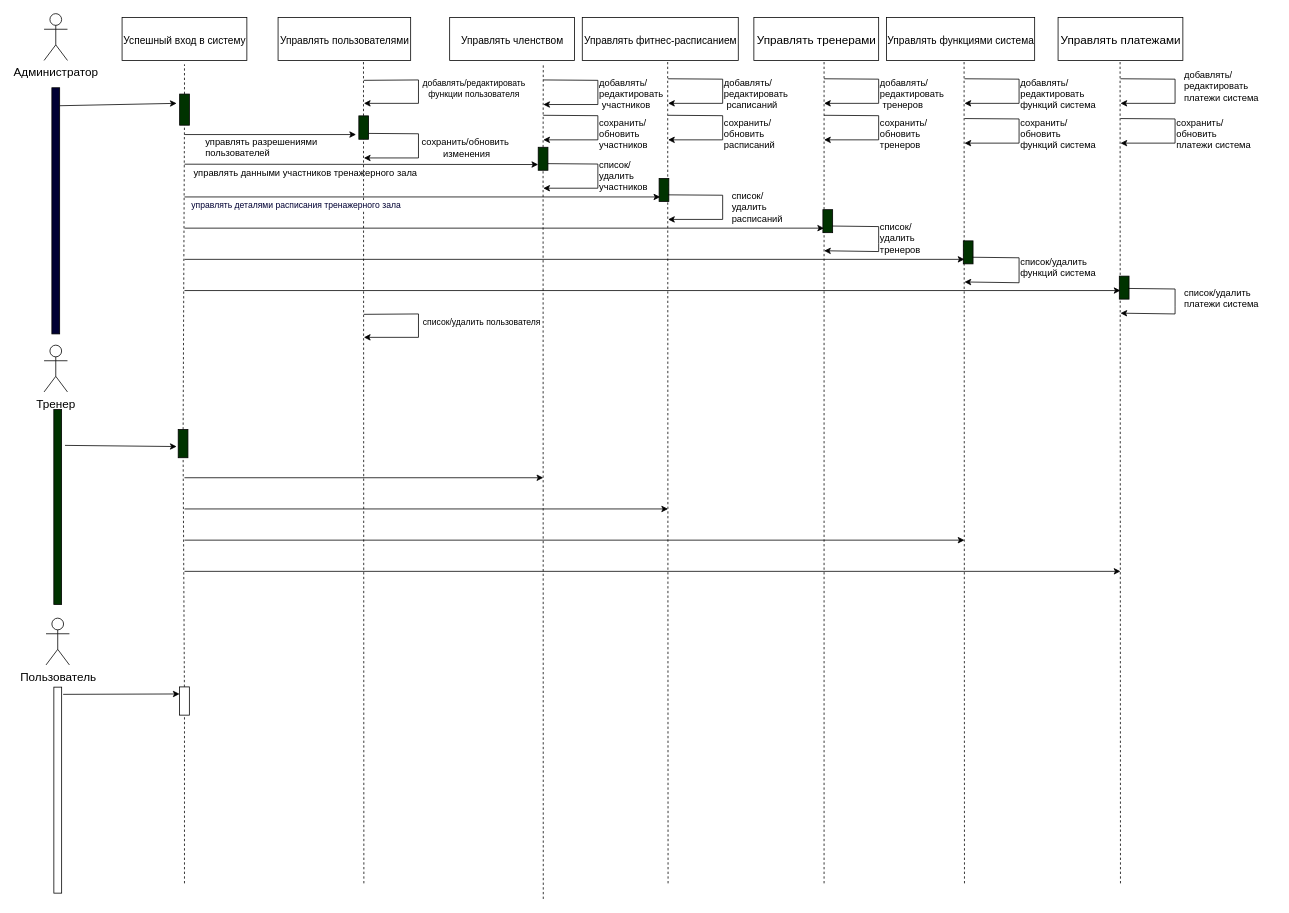
The draw.io diagram page "Sequence Diagram" (4 of 4) of Biểu đồ không có tiêu đề.drawio in quyettranvu/Lab2-3_UML, before the edit. Source tidied: cells renumbered, new cells numbered last; positions are measured from the earlier drawing's top-left corner, leaving out a move shared by most shapes. Both pictures are drawn from the tidied source at 78%, with x=0, y=0 at pixel (-68, 13).
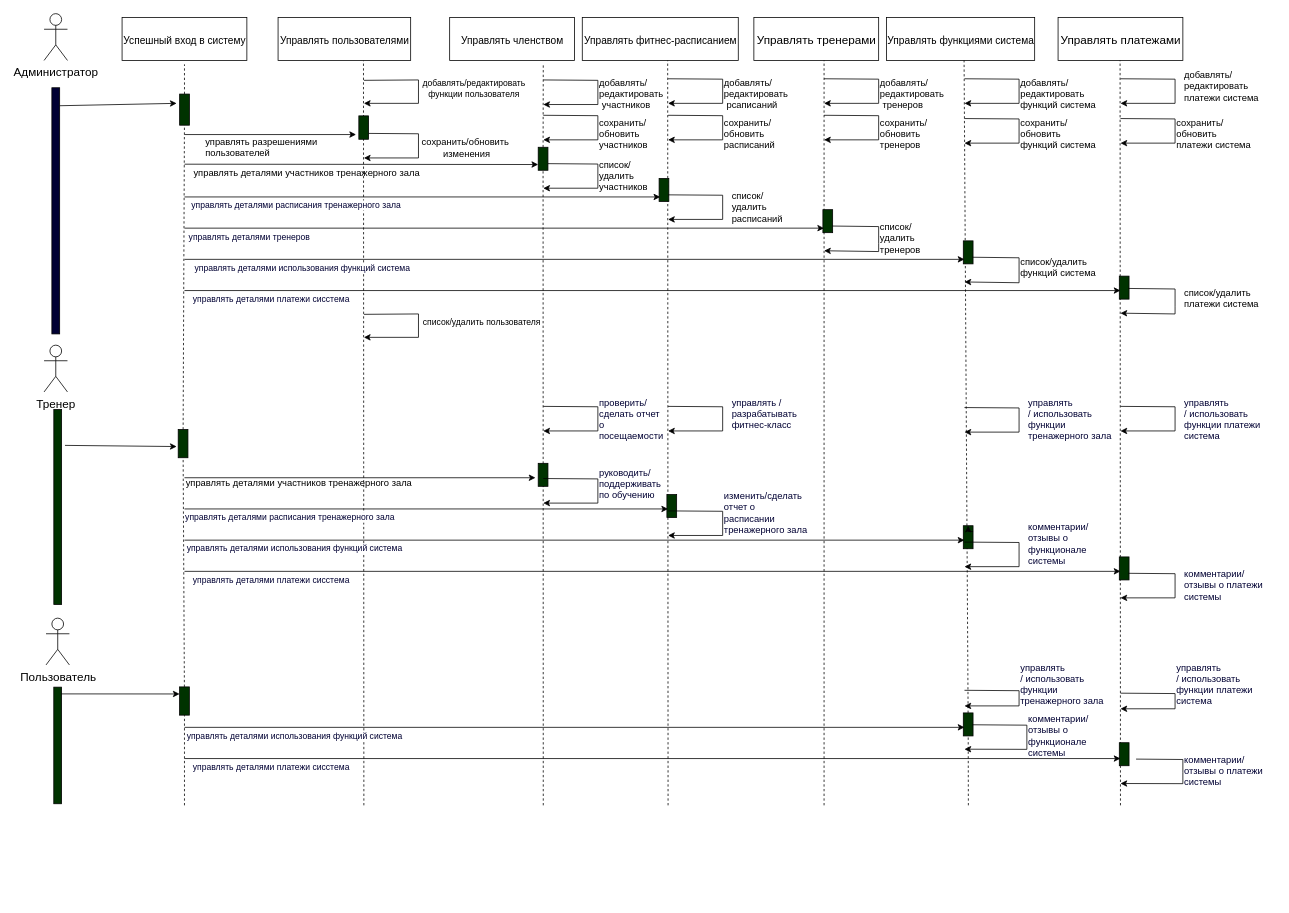
After the change.

Commit message (it also covers changes not shown here):
Cập nhật Biểu đồ không có tiêu đề.drawio

The change refers to these unchanged cells:
```xml
<mxCell id="45" style="rounded=0;whiteSpace=wrap;html=1;fontSize=13;rotation=-90;fillColor=#003300;" parent="1" vertex="1">
  <mxGeometry x="768" y="179.8" width="29.5" height="12.5" as="geometry" />
</mxCell>
```

Change to the diagram source:
```diff
@@
     <mxCell id="10" style="endArrow=none;dashed=1;html=1;rounded=0;fontSize=13;" parent="1" edge="1">
       <mxGeometry relative="1" as="geometry">
-        <mxPoint x="553" y="1115" as="sourcePoint" />
+        <mxPoint x="553" y="1015" as="sourcePoint" />
         <mxPoint x="552.5" y="60" as="targetPoint" />
       </mxGeometry>
     </mxCell>
@@
     <mxCell id="12" style="endArrow=none;dashed=1;html=1;rounded=0;fontSize=13;" parent="1" edge="1">
       <mxGeometry relative="1" as="geometry">
-        <mxPoint x="943" y="1115" as="sourcePoint" />
+        <mxPoint x="943" y="1015" as="sourcePoint" />
         <mxPoint x="942.5" y="60" as="targetPoint" />
       </mxGeometry>
     </mxCell>
     <mxCell id="13" style="endArrow=none;dashed=1;html=1;rounded=0;fontSize=13;" parent="1" edge="1">
       <mxGeometry relative="1" as="geometry">
-        <mxPoint x="1143" y="1115" as="sourcePoint" />
+        <mxPoint x="1143" y="1015" as="sourcePoint" />
         <mxPoint x="1143" y="60" as="targetPoint" />
       </mxGeometry>
     </mxCell>
-    <mxCell id="14" style="endArrow=none;dashed=1;html=1;rounded=0;fontSize=13;" parent="1" edge="1">
+    <mxCell id="14" style="endArrow=none;dashed=1;html=1;rounded=0;fontSize=13;startArrow=none;" parent="1" edge="1" source="120">
       <mxGeometry relative="1" as="geometry">
-        <mxPoint x="1323" y="1115" as="sourcePoint" />
         <mxPoint x="1322.5" y="60" as="targetPoint" />
       </mxGeometry>
     </mxCell>
     <mxCell id="15" style="endArrow=none;dashed=1;html=1;rounded=0;fontSize=13;" parent="1" edge="1">
       <mxGeometry relative="1" as="geometry">
-        <mxPoint x="1523" y="1115" as="sourcePoint" />
+        <mxPoint x="1523" y="1015" as="sourcePoint" />
         <mxPoint x="1522.5" y="60" as="targetPoint" />
       </mxGeometry>
     </mxCell>
@@
-    <mxCell id="20" style="endArrow=classic;html=1;rounded=0;fontSize=13;exitX=0.965;exitY=1.19;exitDx=0;exitDy=0;exitPerimeter=0;entryX=0.75;entryY=0;entryDx=0;entryDy=0;" parent="1" edge="1" source="37" target="35">
+    <mxCell id="20" style="endArrow=classic;html=1;rounded=0;fontSize=13;exitX=0.942;exitY=0.75;exitDx=0;exitDy=0;exitPerimeter=0;entryX=0.75;entryY=0;entryDx=0;entryDy=0;" parent="1" edge="1" source="37" target="35">
       <mxGeometry relative="1" as="geometry" />
     </mxCell>
@@
-    <mxCell id="35" style="rounded=0;whiteSpace=wrap;html=1;fontSize=13;rotation=-90;" parent="1" vertex="1">
+    <mxCell id="35" style="rounded=0;whiteSpace=wrap;html=1;fontSize=13;rotation=-90;fillColor=#003300;" parent="1" vertex="1">
       <mxGeometry x="304.9" y="875" width="36.2" height="12.5" as="geometry" />
     </mxCell>
     <mxCell id="36" style="endArrow=none;dashed=1;html=1;rounded=0;fontSize=13;" parent="1" edge="1" target="35">
       <mxGeometry relative="1" as="geometry">
-        <mxPoint x="323" y="1115" as="sourcePoint" />
+        <mxPoint x="323" y="1015" as="sourcePoint" />
       </mxGeometry>
     </mxCell>
-    <mxCell id="37" style="rounded=0;whiteSpace=wrap;html=1;fontSize=13;rotation=-90;" parent="1" vertex="1">
-      <mxGeometry x="28.5" y="990.5" width="264.1" height="10" as="geometry" />
+    <mxCell id="37" style="rounded=0;whiteSpace=wrap;html=1;fontSize=13;rotation=-90;fillColor=#003300;" parent="1" vertex="1">
+      <mxGeometry x="85.7" y="933.2" width="149.5" height="10" as="geometry" />
     </mxCell>
@@
-    <mxCell id="44" value="управлять данными участников тренажерного зала" style="text;whiteSpace=wrap;html=1;" parent="1" vertex="1">
+    <mxCell id="44" value="управлять деталями участников тренажерного зала" style="text;whiteSpace=wrap;html=1;" parent="1" vertex="1">
       <mxGeometry x="333" y="190.6" width="320" height="40" as="geometry" />
     </mxCell>
@@
     <mxCell id="46" style="endArrow=none;dashed=1;html=1;rounded=0;fontSize=13;" parent="1" edge="1" target="45">
       <mxGeometry relative="1" as="geometry">
-        <mxPoint x="783" y="1135" as="sourcePoint" />
+        <mxPoint x="783" y="1015" as="sourcePoint" />
       </mxGeometry>
     </mxCell>
@@
-    <mxCell id="81" style="endArrow=classic;html=1;rounded=0;fontSize=13;" parent="1" edge="1">
+    <mxCell id="81" style="endArrow=classic;html=1;rounded=0;fontSize=13;startArrow=none;" parent="1" edge="1" source="87">
       <mxGeometry relative="1" as="geometry">
-        <mxPoint x="323" y="595" as="sourcePoint" />
         <mxPoint x="783" y="595" as="targetPoint" />
       </mxGeometry>
     </mxCell>
@@
+    <mxCell id="87" style="rounded=0;whiteSpace=wrap;html=1;fontSize=13;rotation=-90;fillColor=#003300;" parent="1" vertex="1">
+      <mxGeometry x="768" y="585" width="29.5" height="12.5" as="geometry" />
+    </mxCell>
+    <mxCell id="88" style="endArrow=classic;html=1;rounded=0;fontSize=13;" parent="1" edge="1">
+      <mxGeometry relative="1" as="geometry">
+        <mxPoint x="323" y="595" as="sourcePoint" />
+        <mxPoint x="773" y="595" as="targetPoint" />
+      </mxGeometry>
+    </mxCell>
+    <mxCell id="89" value="проверить/сделать отчет о посещаемости" style="text;whiteSpace=wrap;html=1;fontColor=#000033;" parent="1" vertex="1">
+      <mxGeometry x="853" y="485" width="80" height="40" as="geometry" />
+    </mxCell>
+    <mxCell id="90" style="endArrow=classic;html=1;rounded=0;fontSize=13;" parent="1" edge="1">
+      <mxGeometry x="1" y="-91" relative="1" as="geometry">
+        <mxPoint x="783" y="503.5" as="sourcePoint" />
+        <mxPoint x="783" y="535" as="targetPoint" />
+        <Array as="points">
+          <mxPoint x="853" y="504" />
+          <mxPoint x="853" y="535" />
+        </Array>
+        <mxPoint x="-90" y="81" as="offset" />
+      </mxGeometry>
+    </mxCell>
+    <mxCell id="91" style="endArrow=classic;html=1;rounded=0;fontSize=13;" parent="1" edge="1">
+      <mxGeometry x="1" y="-91" relative="1" as="geometry">
+        <mxPoint x="783" y="596" as="sourcePoint" />
+        <mxPoint x="783" y="627.5" as="targetPoint" />
+        <Array as="points">
+          <mxPoint x="853" y="596.5" />
+          <mxPoint x="853" y="627.5" />
+        </Array>
+        <mxPoint x="-90" y="81" as="offset" />
+      </mxGeometry>
+    </mxCell>
+    <mxCell id="92" value="руководить/ поддерживать по обучению" style="text;whiteSpace=wrap;html=1;fontColor=#000033;" parent="1" vertex="1">
+      <mxGeometry x="853" y="575" width="80" height="40" as="geometry" />
+    </mxCell>
+    <mxCell id="93" style="rounded=0;whiteSpace=wrap;html=1;fontSize=13;rotation=-90;fillColor=#003300;" parent="1" vertex="1">
+      <mxGeometry x="933" y="625" width="29.5" height="12.5" as="geometry" />
+    </mxCell>
+    <mxCell id="94" value="управлять / разрабатывать фитнес-класс" style="text;whiteSpace=wrap;html=1;fontColor=#000033;" parent="1" vertex="1">
+      <mxGeometry x="1023" y="485" width="80" height="40" as="geometry" />
+    </mxCell>
+    <mxCell id="95" style="endArrow=classic;html=1;rounded=0;fontSize=13;" parent="1" edge="1">
+      <mxGeometry x="1" y="-91" relative="1" as="geometry">
+        <mxPoint x="943" y="503.5" as="sourcePoint" />
+        <mxPoint x="943" y="535" as="targetPoint" />
+        <Array as="points">
+          <mxPoint x="1013" y="504" />
+          <mxPoint x="1013" y="535" />
+        </Array>
+        <mxPoint x="-90" y="81" as="offset" />
+      </mxGeometry>
+    </mxCell>
+    <mxCell id="96" style="endArrow=classic;html=1;rounded=0;fontSize=13;" parent="1" edge="1">
+      <mxGeometry x="1" y="-91" relative="1" as="geometry">
+        <mxPoint x="943" y="637.5" as="sourcePoint" />
+        <mxPoint x="943" y="669" as="targetPoint" />
+        <Array as="points">
+          <mxPoint x="1013" y="638" />
+          <mxPoint x="1013" y="669" />
+        </Array>
+        <mxPoint x="-90" y="81" as="offset" />
+      </mxGeometry>
+    </mxCell>
+    <mxCell id="97" value="&lt;font color=&quot;#000033&quot;&gt;управлять деталями тренеров&lt;/font&gt;" style="edgeLabel;html=1;align=center;verticalAlign=middle;fontColor=#FFFFFF;" parent="1" vertex="1">
+      <mxGeometry x="403" y="239.8" as="geometry">
+        <mxPoint x="2" y="47" as="offset" />
+      </mxGeometry>
+    </mxCell>
+    <mxCell id="98" value="&lt;font color=&quot;#000033&quot;&gt;управлять деталями использования функций система&lt;/font&gt;" style="edgeLabel;html=1;align=center;verticalAlign=middle;fontColor=#FFFFFF;" parent="1" vertex="1">
+      <mxGeometry x="473" y="325" as="geometry" />
+    </mxCell>
+    <mxCell id="99" value="&lt;font color=&quot;#000033&quot;&gt;управлять деталями платежи сисстема&lt;/font&gt;" style="edgeLabel;html=1;align=center;verticalAlign=middle;fontColor=#FFFFFF;" parent="1" vertex="1">
+      <mxGeometry x="433" y="365" as="geometry" />
+    </mxCell>
+    <mxCell id="100" style="endArrow=classic;html=1;rounded=0;fontSize=13;" parent="1" edge="1">
+      <mxGeometry x="1" y="-91" relative="1" as="geometry">
+        <mxPoint x="1323" y="505" as="sourcePoint" />
+        <mxPoint x="1323" y="536.5" as="targetPoint" />
+        <Array as="points">
+          <mxPoint x="1393" y="505.5" />
+          <mxPoint x="1393" y="536.5" />
+        </Array>
+        <mxPoint x="-90" y="81" as="offset" />
+      </mxGeometry>
+    </mxCell>
+    <mxCell id="101" value="управлять /&amp;nbsp;использовать функции тренажерного зала" style="text;whiteSpace=wrap;html=1;fontColor=#000033;" parent="1" vertex="1">
+      <mxGeometry x="1403" y="485" width="120" height="40" as="geometry" />
+    </mxCell>
+    <mxCell id="102" style="rounded=0;whiteSpace=wrap;html=1;fontSize=13;rotation=-90;fillColor=#003300;" parent="1" vertex="1">
+      <mxGeometry x="1313" y="665" width="29.5" height="12.5" as="geometry" />
+    </mxCell>
+    <mxCell id="103" style="endArrow=classic;html=1;rounded=0;fontSize=13;" parent="1" edge="1">
+      <mxGeometry x="1" y="-91" relative="1" as="geometry">
+        <mxPoint x="1323" y="677.5" as="sourcePoint" />
+        <mxPoint x="1323" y="709" as="targetPoint" />
+        <Array as="points">
+          <mxPoint x="1393" y="678" />
+          <mxPoint x="1393" y="709" />
+        </Array>
+        <mxPoint x="-90" y="81" as="offset" />
+      </mxGeometry>
+    </mxCell>
+    <mxCell id="104" style="rounded=0;whiteSpace=wrap;html=1;fontSize=13;rotation=-90;fillColor=#003300;" parent="1" vertex="1">
+      <mxGeometry x="1513" y="705" width="29.5" height="12.5" as="geometry" />
+    </mxCell>
+    <mxCell id="105" style="endArrow=classic;html=1;rounded=0;fontSize=13;" parent="1" edge="1">
+      <mxGeometry x="1" y="-91" relative="1" as="geometry">
+        <mxPoint x="1533" y="717.5" as="sourcePoint" />
+        <mxPoint x="1523" y="749" as="targetPoint" />
+        <Array as="points">
+          <mxPoint x="1593" y="718" />
+          <mxPoint x="1593" y="735" />
+          <mxPoint x="1593" y="749" />
+        </Array>
+        <mxPoint x="-90" y="81" as="offset" />
+      </mxGeometry>
+    </mxCell>
+    <mxCell id="106" style="endArrow=classic;html=1;rounded=0;fontSize=13;" parent="1" edge="1">
+      <mxGeometry x="1" y="-91" relative="1" as="geometry">
+        <mxPoint x="1523" y="503.5" as="sourcePoint" />
+        <mxPoint x="1523" y="535" as="targetPoint" />
+        <Array as="points">
+          <mxPoint x="1593" y="504" />
+          <mxPoint x="1593" y="535" />
+        </Array>
+        <mxPoint x="-90" y="81" as="offset" />
+      </mxGeometry>
+    </mxCell>
+    <mxCell id="107" value="изменить/сделать отчет&amp;nbsp;о расписании тренажерного зала" style="text;whiteSpace=wrap;html=1;fontColor=#000033;" parent="1" vertex="1">
+      <mxGeometry x="1013" y="605" width="110" height="40" as="geometry" />
+    </mxCell>
+    <mxCell id="108" value="управлять /&amp;nbsp;использовать функции платежи система" style="text;whiteSpace=wrap;html=1;fontColor=#000033;" parent="1" vertex="1">
+      <mxGeometry x="1603" y="485" width="120" height="40" as="geometry" />
+    </mxCell>
+    <mxCell id="109" style="endArrow=classic;html=1;rounded=0;fontSize=13;" parent="1" edge="1">
+      <mxGeometry relative="1" as="geometry">
+        <mxPoint x="323" y="915" as="sourcePoint" />
+        <mxPoint x="1323" y="915" as="targetPoint" />
+      </mxGeometry>
+    </mxCell>
+    <mxCell id="110" style="endArrow=classic;html=1;rounded=0;fontSize=13;" parent="1" edge="1">
+      <mxGeometry relative="1" as="geometry">
+        <mxPoint x="323" y="955" as="sourcePoint" />
+        <mxPoint x="1523" y="955" as="targetPoint" />
+      </mxGeometry>
+    </mxCell>
+    <mxCell id="111" value="комментарии/отзывы о функционале системы" style="text;whiteSpace=wrap;html=1;fontColor=#000033;" parent="1" vertex="1">
+      <mxGeometry x="1403" y="645" width="120" height="40" as="geometry" />
+    </mxCell>
+    <mxCell id="112" value="комментарии/отзывы о платежи системы" style="text;whiteSpace=wrap;html=1;fontColor=#000033;" parent="1" vertex="1">
+      <mxGeometry x="1603" y="705" width="120" height="40" as="geometry" />
+    </mxCell>
+    <mxCell id="113" value="&lt;font color=&quot;#000033&quot;&gt;управлять деталями расписания тренажерного зала&lt;/font&gt;" style="edgeLabel;html=1;align=center;verticalAlign=middle;fontColor=#FFFFFF;" parent="1" vertex="1">
+      <mxGeometry x="457.8" y="645" as="geometry" />
+    </mxCell>
+    <mxCell id="114" value="управлять деталями участников тренажерного зала" style="text;whiteSpace=wrap;html=1;" parent="1" vertex="1">
+      <mxGeometry x="323" y="587.5" width="320" height="40" as="geometry" />
+    </mxCell>
+    <mxCell id="115" value="&lt;font color=&quot;#000033&quot;&gt;управлять деталями использования функций система&lt;/font&gt;" style="edgeLabel;html=1;align=center;verticalAlign=middle;fontColor=#FFFFFF;" parent="1" vertex="1">
+      <mxGeometry x="463" y="685" as="geometry" />
+    </mxCell>
+    <mxCell id="116" value="&lt;font color=&quot;#000033&quot;&gt;управлять деталями платежи сисстема&lt;/font&gt;" style="edgeLabel;html=1;align=center;verticalAlign=middle;fontColor=#FFFFFF;" parent="1" vertex="1">
+      <mxGeometry x="433" y="725" as="geometry" />
+    </mxCell>
+    <mxCell id="117" value="&lt;font color=&quot;#000033&quot;&gt;управлять деталями использования функций система&lt;/font&gt;" style="edgeLabel;html=1;align=center;verticalAlign=middle;fontColor=#FFFFFF;" parent="1" vertex="1">
+      <mxGeometry x="463" y="925" as="geometry" />
+    </mxCell>
+    <mxCell id="118" value="&lt;font color=&quot;#000033&quot;&gt;управлять деталями платежи сисстема&lt;/font&gt;" style="edgeLabel;html=1;align=center;verticalAlign=middle;fontColor=#FFFFFF;" parent="1" vertex="1">
+      <mxGeometry x="433" y="965" as="geometry" />
+    </mxCell>
+    <mxCell id="119" style="edgeStyle=orthogonalEdgeStyle;rounded=0;orthogonalLoop=1;jettySize=auto;html=1;exitX=0.75;exitY=1;exitDx=0;exitDy=0;entryX=1;entryY=0.5;entryDx=0;entryDy=0;fontColor=#000033;" parent="1" edge="1" source="102" target="102">
+      <mxGeometry relative="1" as="geometry" />
+    </mxCell>
+    <mxCell id="120" style="rounded=0;whiteSpace=wrap;html=1;fontSize=13;rotation=-90;fillColor=#003300;" parent="1" vertex="1">
+      <mxGeometry x="1313" y="905" width="29.5" height="12.5" as="geometry" />
+    </mxCell>
+    <mxCell id="121" style="endArrow=none;dashed=1;html=1;rounded=0;fontSize=13;" parent="1" edge="1" target="120">
+      <mxGeometry relative="1" as="geometry">
+        <mxPoint x="1328" y="1015" as="sourcePoint" />
+      </mxGeometry>
+    </mxCell>
+    <mxCell id="122" style="rounded=0;whiteSpace=wrap;html=1;fontSize=13;rotation=-90;fillColor=#003300;" parent="1" vertex="1">
+      <mxGeometry x="1513" y="943.2" width="29.5" height="12.5" as="geometry" />
+    </mxCell>
+    <mxCell id="123" style="endArrow=classic;html=1;rounded=0;fontSize=13;" parent="1" edge="1">
+      <mxGeometry x="1" y="-91" relative="1" as="geometry">
+        <mxPoint x="1323" y="867.5" as="sourcePoint" />
+        <mxPoint x="1323" y="887.5" as="targetPoint" />
+        <Array as="points">
+          <mxPoint x="1393" y="868" />
+          <mxPoint x="1393" y="887.5" />
+        </Array>
+        <mxPoint x="-90" y="81" as="offset" />
+      </mxGeometry>
+    </mxCell>
+    <mxCell id="124" value="управлять /&amp;nbsp;использовать функции тренажерного зала" style="text;whiteSpace=wrap;html=1;fontColor=#000033;" parent="1" vertex="1">
+      <mxGeometry x="1393" y="825" width="120" height="40" as="geometry" />
+    </mxCell>
+    <mxCell id="125" style="endArrow=classic;html=1;rounded=0;fontSize=13;" parent="1" edge="1">
+      <mxGeometry x="1" y="-91" relative="1" as="geometry">
+        <mxPoint x="1333" y="911.7" as="sourcePoint" />
+        <mxPoint x="1323" y="943" as="targetPoint" />
+        <Array as="points">
+          <mxPoint x="1403" y="912.2" />
+          <mxPoint x="1403" y="943.2" />
+        </Array>
+        <mxPoint x="-90" y="81" as="offset" />
+      </mxGeometry>
+    </mxCell>
+    <mxCell id="126" value="комментарии/отзывы о функционале системы" style="text;whiteSpace=wrap;html=1;fontColor=#000033;" parent="1" vertex="1">
+      <mxGeometry x="1403" y="891.2" width="120" height="40" as="geometry" />
+    </mxCell>
+    <mxCell id="127" style="endArrow=classic;html=1;rounded=0;fontSize=13;" parent="1" edge="1">
+      <mxGeometry x="1" y="-91" relative="1" as="geometry">
+        <mxPoint x="1523" y="871.2" as="sourcePoint" />
+        <mxPoint x="1523" y="891.2" as="targetPoint" />
+        <Array as="points">
+          <mxPoint x="1593" y="871.7" />
+          <mxPoint x="1593" y="891.2" />
+        </Array>
+        <mxPoint x="-90" y="81" as="offset" />
+      </mxGeometry>
+    </mxCell>
+    <mxCell id="128" value="управлять /&amp;nbsp;использовать функции платежи система" style="text;whiteSpace=wrap;html=1;fontColor=#000033;" parent="1" vertex="1">
+      <mxGeometry x="1593" y="825" width="120" height="40" as="geometry" />
+    </mxCell>
+    <mxCell id="129" value="комментарии/отзывы о платежи системы" style="text;whiteSpace=wrap;html=1;fontColor=#000033;" parent="1" vertex="1">
+      <mxGeometry x="1603" y="943.2" width="120" height="40" as="geometry" />
+    </mxCell>
+    <mxCell id="130" style="endArrow=classic;html=1;rounded=0;fontSize=13;" parent="1" edge="1">
+      <mxGeometry x="1" y="-91" relative="1" as="geometry">
+        <mxPoint x="1543" y="955.7" as="sourcePoint" />
+        <mxPoint x="1523" y="987" as="targetPoint" />
+        <Array as="points">
+          <mxPoint x="1603" y="956.2" />
+          <mxPoint x="1603" y="973.2" />
+          <mxPoint x="1603" y="987.2" />
+        </Array>
+        <mxPoint x="-90" y="81" as="offset" />
+      </mxGeometry>
+    </mxCell>
```
